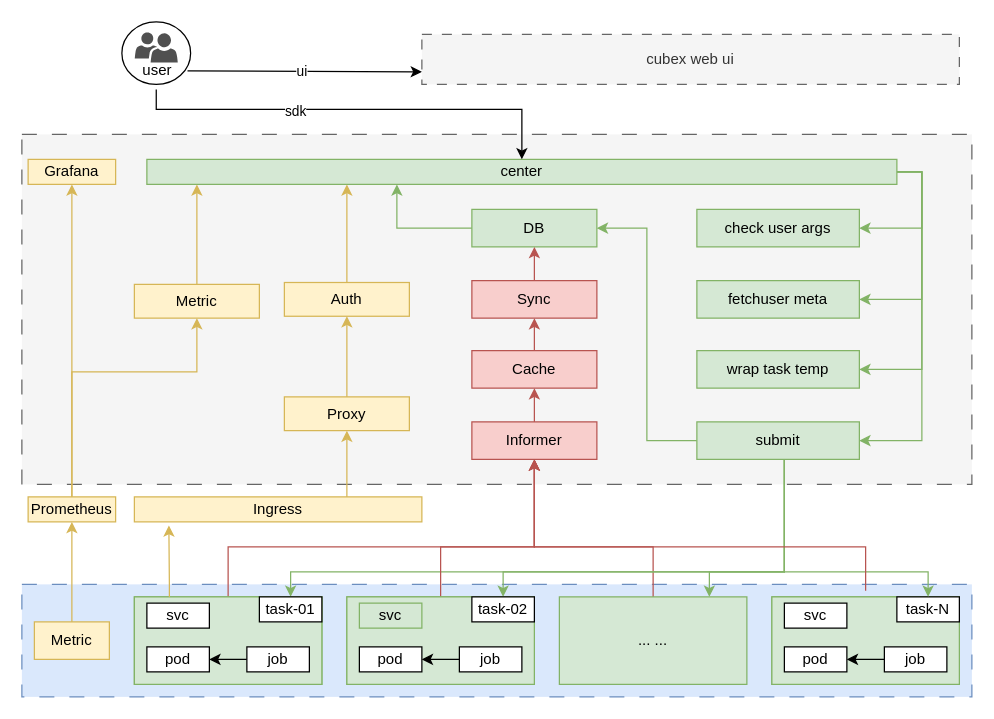
Before: zs/group.drawio in arlottang/tdh_bit, a draw.io diagram. Source tidied: cells renumbered, new cells numbered last; positions are measured from the earlier drawing's top-left corner, leaving out a move shared by most shapes. Both pictures are drawn from the tidied source at 125%, with x=0, y=0 at pixel (21, 21).
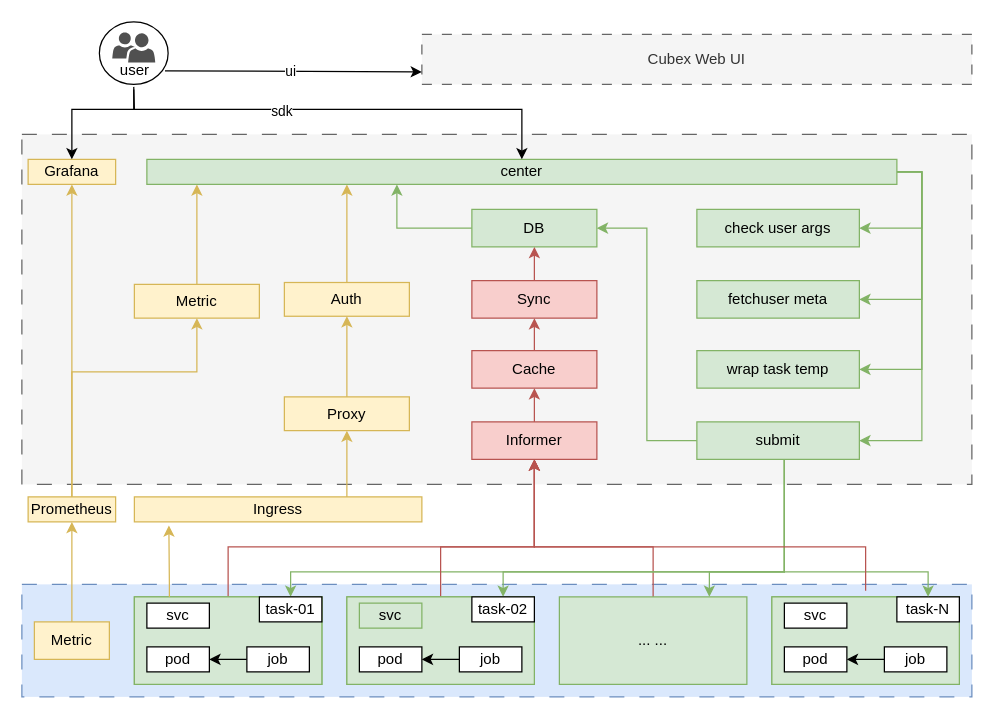
After the change.

Unchanged cells that the change refers to:
```xml
<mxCell id="6" value="user" style="text;html=1;align=center;verticalAlign=middle;points=[];strokeColor=none;fillColor=none;" parent="3" vertex="1">
  <mxGeometry x="2.5" y="24" width="50" height="30" as="geometry" />
</mxCell>
<mxCell id="68" value="Grafana" style="whiteSpace=wrap;html=1;rounded=0;fillColor=#fff2cc;strokeColor=#d6b656;" parent="1" vertex="1">
  <mxGeometry x="5" y="110" width="70" height="20" as="geometry" />
</mxCell>
```

The edit, as a diff of the source:
```diff
@@
-    <mxCell id="2" value="cubex web ui" style="rounded=0;whiteSpace=wrap;html=1;dashed=1;fillColor=#f5f5f5;strokeColor=#666666;dashPattern=8 8;fontColor=#333333;" parent="1" vertex="1">
-      <mxGeometry x="320" y="10" width="430" height="40" as="geometry" />
+    <mxCell id="2" value="Cubex Web UI" style="rounded=0;whiteSpace=wrap;html=1;dashed=1;fillColor=#f5f5f5;strokeColor=#666666;dashPattern=8 8;fontColor=#333333;" parent="1" vertex="1">
+      <mxGeometry x="320" y="10" width="440" height="40" as="geometry" />
     </mxCell>
     <mxCell id="3" style="group;" parent="1" vertex="1">
-      <mxGeometry x="80" width="55" height="50" as="geometry" />
+      <mxGeometry x="62" width="55" height="50" as="geometry" />
     </mxCell>
@@
     <mxCell id="74" style="edgeStyle=orthogonalEdgeStyle;rounded=0;jettySize=auto;html=1;" parent="1" edge="1" source="6">
       <mxGeometry relative="1" as="geometry">
         <mxPoint x="400" y="110" as="targetPoint" />
         <Array as="points">
-          <mxPoint x="108" y="70" />
+          <mxPoint x="90" y="70" />
           <mxPoint x="400" y="70" />
         </Array>
       </mxGeometry>
     </mxCell>
@@
+    <mxCell id="76" style="endArrow=classic;html=1;rounded=0;entryX=0.5;entryY=0;entryDx=0;entryDy=0;exitX=0.5;exitY=0.933;exitDx=0;exitDy=0;exitPerimeter=0;" parent="1" edge="1" source="6" target="68">
+      <mxGeometry relative="1" as="geometry">
+        <Array as="points">
+          <mxPoint x="90" y="70" />
+          <mxPoint x="40" y="70" />
+        </Array>
+      </mxGeometry>
+    </mxCell>
```
